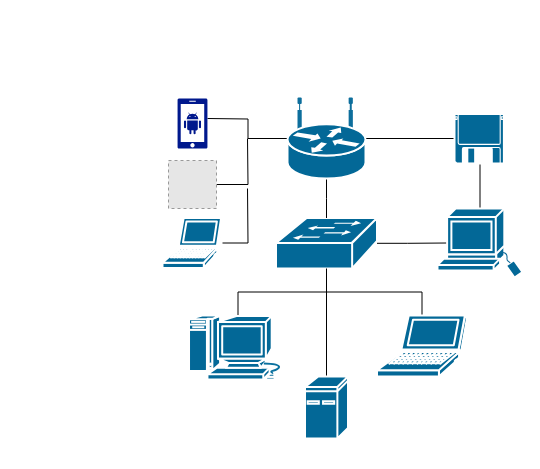
The draw.io diagram Topologia rede Home.drawio in Luccazx12/Trabalhos-da-materia-Lima, before the edit. Source tidied: cells renumbered, new cells numbered last; positions are measured from the earlier drawing's top-left corner, leaving out a move shared by most shapes. Both pictures are drawn from the tidied source at 100%, with x=0, y=0 at pixel (162, 98). Pictures stored in the file or linked from it are replaced by grey dashed boxes.
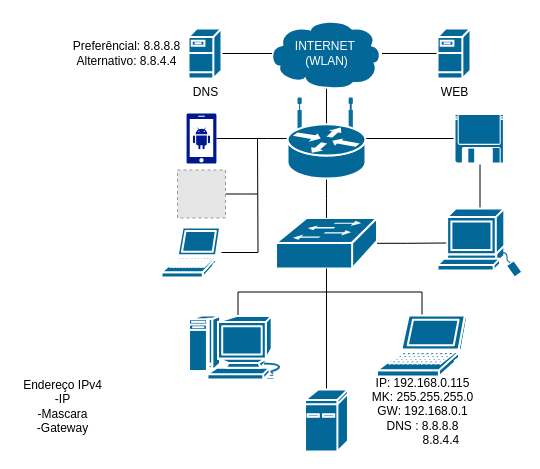
The same diagram, later.

Unchanged cells that the change refers to:
```xml
<mxCell id="9" style="shape=mxgraph.cisco.routers.wireless_router;html=1;dashed=0;fillColor=#036897;strokeColor=#ffffff;strokeWidth=2;verticalLabelPosition=bottom;verticalAlign=top;align=center;outlineConnect=0;" parent="1" vertex="1">
  <mxGeometry x="125" width="78" height="80" as="geometry" />
</mxCell>
```

The edit, as a diff of the source:
```diff
@@
-    <mxCell id="8" style="edgeStyle=orthogonalEdgeStyle;rounded=0;jettySize=auto;html=1;endArrow=none;endFill=0;" parent="1" edge="1" source="9">
-      <mxGeometry relative="1" as="geometry">
-        <mxPoint x="45" y="20" as="targetPoint" />
-      </mxGeometry>
-    </mxCell>
+    <mxCell id="22" style="edgeStyle=orthogonalEdgeStyle;rounded=0;jettySize=auto;html=1;exitX=0.5;exitY=0.32;exitDx=0;exitDy=0;exitPerimeter=0;endArrow=none;endFill=0;" parent="1" edge="1" source="9" target="28">
+      <mxGeometry relative="1" as="geometry" />
+    </mxCell>
+    <mxCell id="23" style="edgeStyle=orthogonalEdgeStyle;rounded=0;jettySize=auto;html=1;endArrow=none;endFill=0;fontColor=#FFFFFF;" parent="1" edge="1" source="9">
+      <mxGeometry relative="1" as="geometry">
+        <mxPoint x="95" y="40" as="targetPoint" />
+      </mxGeometry>
+    </mxCell>
@@
     <mxCell id="16" style="shape=mxgraph.cisco.computers_and_peripherals.ibm_mini_as400;html=1;dashed=0;fillColor=#036897;strokeColor=#ffffff;strokeWidth=2;verticalLabelPosition=bottom;verticalAlign=top;align=center;outlineConnect=0;" parent="1" vertex="1">
-      <mxGeometry x="142.5" y="278" width="43" height="62" as="geometry" />
+      <mxGeometry x="142.5" y="291" width="43" height="62" as="geometry" />
     </mxCell>
+    <mxCell id="24" style="edgeStyle=orthogonalEdgeStyle;rounded=0;jettySize=auto;html=1;endArrow=none;endFill=0;fontColor=#FFFFFF;" parent="1" edge="1" source="17">
+      <mxGeometry relative="1" as="geometry">
+        <mxPoint x="95" y="40" as="targetPoint" />
+      </mxGeometry>
+    </mxCell>
     <mxCell id="17" style="shadow=0;dashed=0;html=1;strokeColor=none;labelPosition=center;verticalLabelPosition=bottom;verticalAlign=top;align=center;fillColor=#00188D;shape=mxgraph.mscae.enterprise.android_phone;" parent="1" vertex="1">
-      <mxGeometry x="15" width="30" height="50" as="geometry" />
+      <mxGeometry x="24" y="15" width="30" height="50" as="geometry" />
     </mxCell>
-    <mxCell id="18" style="edgeStyle=orthogonalEdgeStyle;rounded=0;jettySize=auto;html=1;endArrow=none;endFill=0;" parent="1" edge="1" source="19">
-      <mxGeometry relative="1" as="geometry">
-        <mxPoint x="85" y="40" as="targetPoint" />
-      </mxGeometry>
-    </mxCell>
+    <mxCell id="25" style="edgeStyle=orthogonalEdgeStyle;rounded=0;jettySize=auto;html=1;endArrow=none;endFill=0;fontColor=#FFFFFF;" parent="1" edge="1" source="19">
+      <mxGeometry relative="1" as="geometry">
+        <mxPoint x="95" y="95.5" as="targetPoint" />
+      </mxGeometry>
+    </mxCell>
     <mxCell id="19" style="fillColor=#E6E6E6;strokeColor=#999999;dashed=1;html=1;verticalAlign=top;verticalLabelPosition=bottom;labelBackgroundColor=#ffffff;" parent="1" vertex="1">
-      <mxGeometry x="6" y="62" width="48" height="48" as="geometry" />
+      <mxGeometry x="15" y="71.5" width="48" height="48" as="geometry" />
     </mxCell>
-    <mxCell id="20" style="edgeStyle=orthogonalEdgeStyle;rounded=0;jettySize=auto;html=1;endArrow=none;endFill=0;" parent="1" edge="1" source="21">
-      <mxGeometry relative="1" as="geometry">
-        <mxPoint x="85" y="90" as="targetPoint" />
-      </mxGeometry>
-    </mxCell>
+    <mxCell id="26" style="edgeStyle=orthogonalEdgeStyle;rounded=0;jettySize=auto;html=1;endArrow=none;endFill=0;fontColor=#FFFFFF;" parent="1" edge="1" source="21">
+      <mxGeometry relative="1" as="geometry">
+        <mxPoint x="95" y="40" as="targetPoint" />
+      </mxGeometry>
+    </mxCell>
     <mxCell id="21" style="shape=mxgraph.cisco.computers_and_peripherals.laptop;html=1;dashed=0;fillColor=#036897;strokeColor=#ffffff;strokeWidth=2;verticalLabelPosition=bottom;verticalAlign=top;align=center;outlineConnect=0;" parent="1" vertex="1">
-      <mxGeometry y="119.5" width="60" height="50" as="geometry" />
+      <mxGeometry x="-1" y="129" width="60" height="50" as="geometry" />
     </mxCell>
+    <mxCell id="27" style="edgeStyle=orthogonalEdgeStyle;rounded=0;jettySize=auto;html=1;endArrow=none;endFill=0;" parent="1" edge="1" source="28" target="33">
+      <mxGeometry relative="1" as="geometry" />
+    </mxCell>
+    <mxCell id="28" style="shape=mxgraph.cisco.storage.cloud;html=1;dashed=0;fillColor=#036897;strokeColor=#ffffff;strokeWidth=2;verticalLabelPosition=bottom;verticalAlign=top;align=center;outlineConnect=0;" parent="1" vertex="1">
+      <mxGeometry x="105" y="-80" width="114.5" height="70" as="geometry" />
+    </mxCell>
+    <mxCell id="29" value="Endereço IPv4&lt;br&gt;-IP&lt;br&gt;-Mascara&lt;br&gt;-Gateway" style="text;html=1;align=center;verticalAlign=middle;" parent="1" vertex="1">
+      <mxGeometry x="-145" y="278" width="90" height="60" as="geometry" />
+    </mxCell>
+    <mxCell id="30" value="IP: 192.168.0.115&lt;br&gt;MK: 255.255.255.0&lt;br&gt;GW: 192.168.0.1&lt;br&gt;DNS : 8.8.8.8&lt;br&gt;&amp;nbsp; &amp;nbsp; &amp;nbsp; &amp;nbsp; &amp;nbsp; &amp;nbsp;8.8.4.4" style="text;html=1;align=center;verticalAlign=middle;" parent="1" vertex="1">
+      <mxGeometry x="199.5" y="273" width="120" height="80" as="geometry" />
+    </mxCell>
+    <mxCell id="31" style="edgeStyle=orthogonalEdgeStyle;rounded=0;jettySize=auto;html=1;entryX=0.04;entryY=0.5;entryDx=0;entryDy=0;entryPerimeter=0;endArrow=none;endFill=0;" parent="1" edge="1" source="32" target="28">
+      <mxGeometry relative="1" as="geometry" />
+    </mxCell>
+    <mxCell id="32" value="DNS" style="shape=mxgraph.cisco.servers.fileserver;html=1;dashed=0;fillColor=#036897;strokeColor=#ffffff;strokeWidth=2;verticalLabelPosition=bottom;verticalAlign=top;align=center;outlineConnect=0;" parent="1" vertex="1">
+      <mxGeometry x="26" y="-70" width="33" height="50" as="geometry" />
+    </mxCell>
+    <mxCell id="33" value="WEB" style="shape=mxgraph.cisco.servers.fileserver;html=1;dashed=0;fillColor=#036897;strokeColor=#ffffff;strokeWidth=2;verticalLabelPosition=bottom;verticalAlign=top;align=center;outlineConnect=0;" parent="1" vertex="1">
+      <mxGeometry x="275" y="-70" width="33" height="50" as="geometry" />
+    </mxCell>
+    <mxCell id="34" value="INTERNET&amp;nbsp;&lt;br&gt;(WLAN)" style="text;html=1;align=center;verticalAlign=middle;fontColor=#FFFFFF;" parent="1" vertex="1">
+      <mxGeometry x="124" y="-60" width="80" height="30" as="geometry" />
+    </mxCell>
+    <mxCell id="35" value="&lt;font color=&quot;#000000&quot;&gt;Preferêncial: 8.8.8.8&lt;br&gt;Alternativo: 8.8.4.4&lt;br&gt;&lt;/font&gt;" style="text;html=1;align=center;verticalAlign=middle;fontColor=#FFFFFF;" parent="1" vertex="1">
+      <mxGeometry x="-96" y="-60" width="120" height="30" as="geometry" />
+    </mxCell>
```
